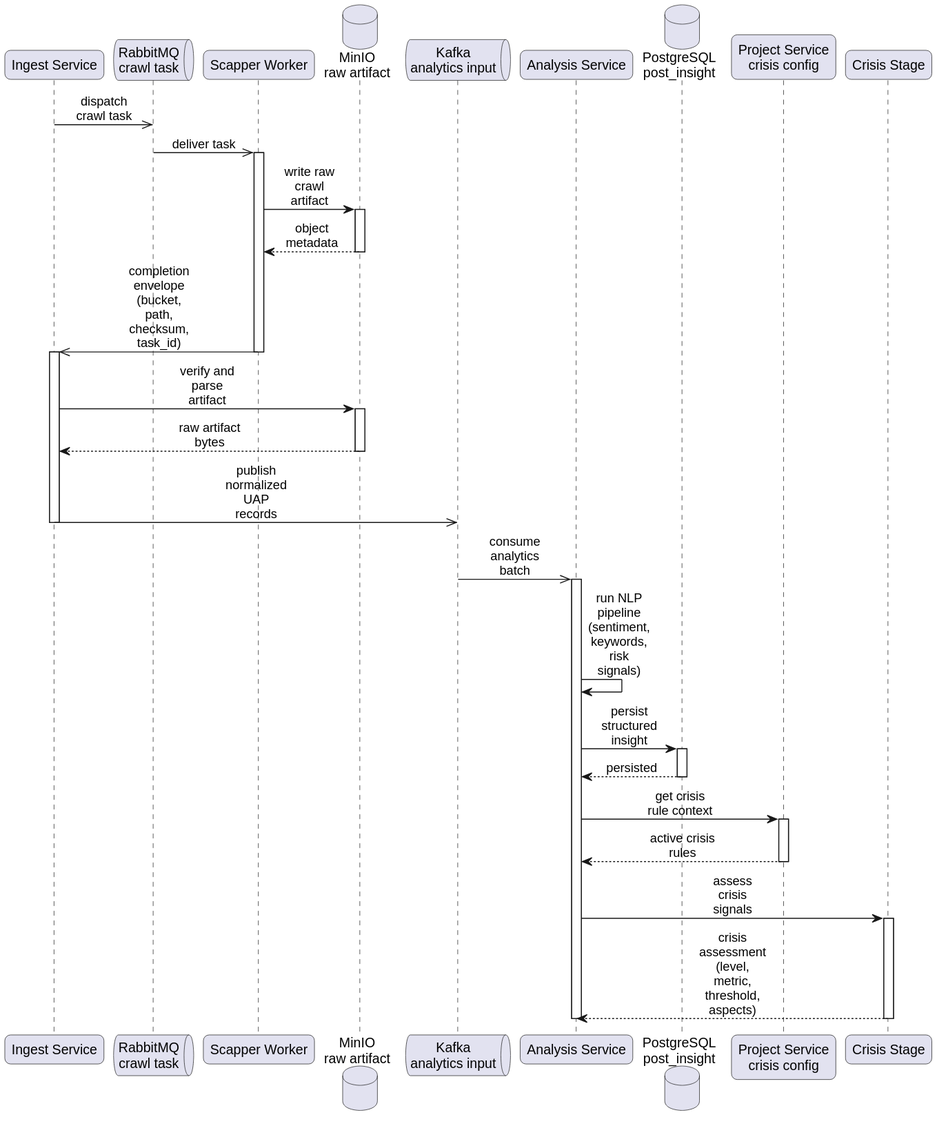
The PlantUML diagram final-report/images/chapter_5/seq-uc04-crisis-crawl-analytics-flow.svg in smap-hcmut/report, before a commit. Source of this version:
```plantuml
@startuml
skinparam defaultFontName Arial
skinparam shadowing false
skinparam sequenceMessageAlign center
skinparam responseMessageBelowArrow true
skinparam maxMessageSize 68
skinparam roundcorner 12

participant "Ingest Service" as IngestService
queue "RabbitMQ\ncrawl task" as RabbitMQ
participant "Scapper Worker" as ScapperWorker
database "MinIO\nraw artifact" as MinIO
queue "Kafka\nanalytics input" as AnalyticsInput
participant "Analysis Service" as AnalysisService
database "PostgreSQL\npost_insight" as PostInsight
participant "Project Service\ncrisis config" as ProjectService
participant "Crisis Stage" as CrisisStage

IngestService ->> RabbitMQ : dispatch crawl task
RabbitMQ ->> ScapperWorker : deliver task
activate ScapperWorker
ScapperWorker -> MinIO : write raw crawl artifact
activate MinIO
MinIO --> ScapperWorker : object metadata
deactivate MinIO
ScapperWorker ->> IngestService : completion envelope\n(bucket, path, checksum, task_id)
deactivate ScapperWorker

activate IngestService
IngestService -> MinIO : verify and parse artifact
activate MinIO
MinIO --> IngestService : raw artifact bytes
deactivate MinIO
IngestService ->> AnalyticsInput : publish normalized UAP records
deactivate IngestService

AnalyticsInput ->> AnalysisService : consume analytics batch
activate AnalysisService
AnalysisService -> AnalysisService : run NLP pipeline\n(sentiment, keywords, risk signals)
AnalysisService -> PostInsight : persist structured insight
activate PostInsight
PostInsight --> AnalysisService : persisted
deactivate PostInsight
AnalysisService -> ProjectService : get crisis rule context
activate ProjectService
ProjectService --> AnalysisService : active crisis rules
deactivate ProjectService
AnalysisService -> CrisisStage : assess crisis signals
activate CrisisStage
CrisisStage --> AnalysisService : crisis assessment\n(level, metric, threshold, aspects)
deactivate CrisisStage
deactivate AnalysisService
@enduml
```
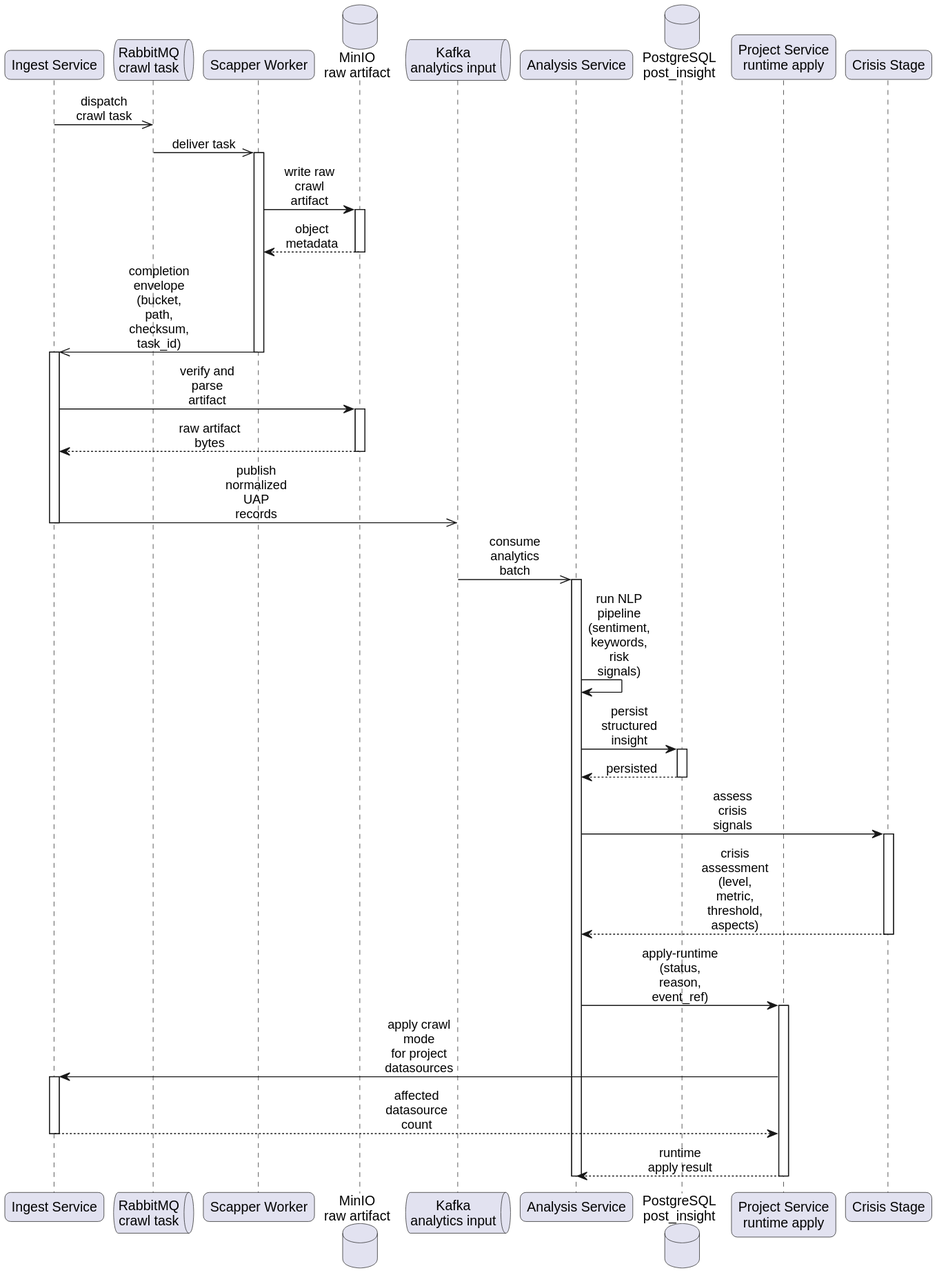
Above is the later version.

The edit, as a diff of the source:
```diff
@@ -13,7 +13,7 @@
 queue "Kafka\nanalytics input" as AnalyticsInput
 participant "Analysis Service" as AnalysisService
 database "PostgreSQL\npost_insight" as PostInsight
-participant "Project Service\ncrisis config" as ProjectService
+participant "Project Service\nruntime apply" as ProjectService
 participant "Crisis Stage" as CrisisStage
 
 IngestService ->> RabbitMQ : dispatch crawl task
@@ -41,13 +41,17 @@
 activate PostInsight
 PostInsight --> AnalysisService : persisted
 deactivate PostInsight
-AnalysisService -> ProjectService : get crisis rule context
-activate ProjectService
-ProjectService --> AnalysisService : active crisis rules
-deactivate ProjectService
 AnalysisService -> CrisisStage : assess crisis signals
 activate CrisisStage
 CrisisStage --> AnalysisService : crisis assessment\n(level, metric, threshold, aspects)
 deactivate CrisisStage
+AnalysisService -> ProjectService : apply-runtime\n(status, reason, event_ref)
+activate ProjectService
+ProjectService -> IngestService : apply crawl mode\nfor project datasources
+activate IngestService
+IngestService --> ProjectService : affected datasource count
+deactivate IngestService
+ProjectService --> AnalysisService : runtime apply result
+deactivate ProjectService
 deactivate AnalysisService
 @enduml
```
